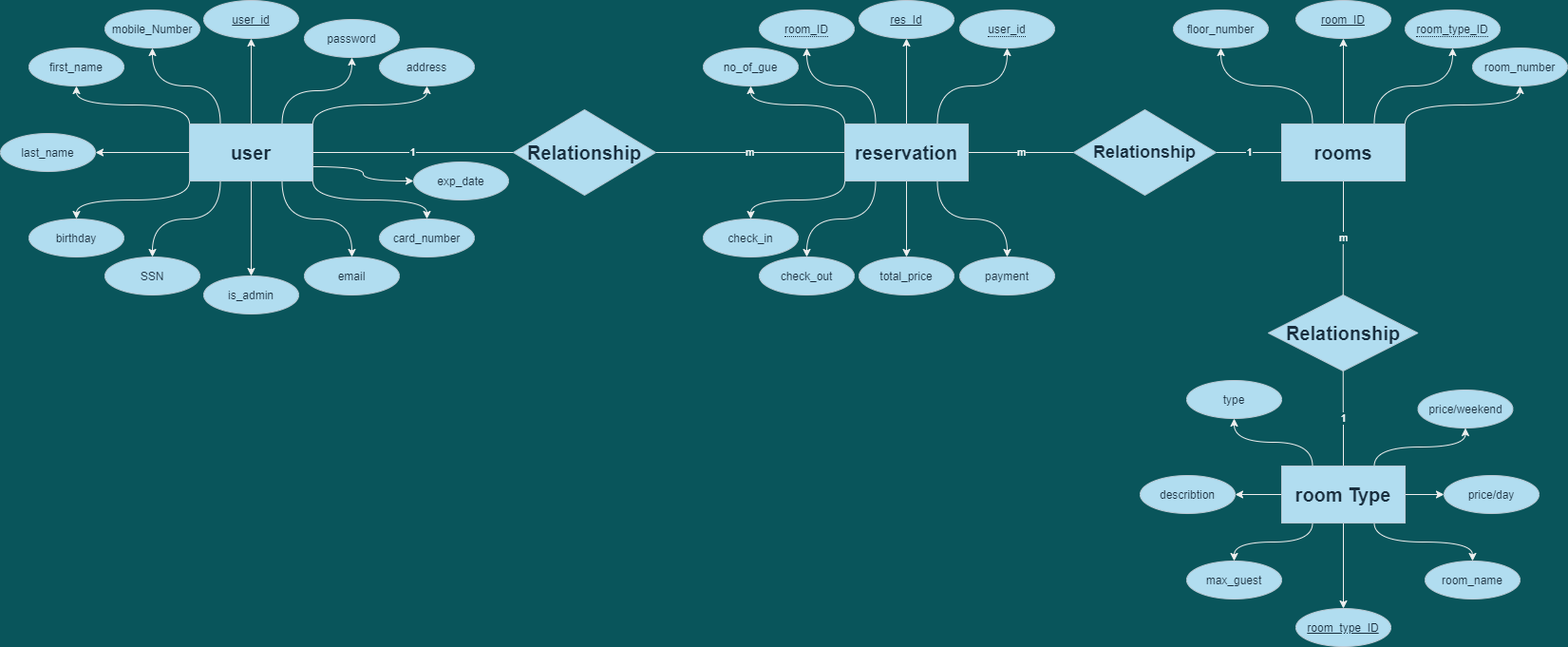
The draw.io diagram Untitled Diagram.png in OmarMagdy2k/hotel, before a commit. Source tidied: cells renumbered, new cells last; positions are measured from the earlier drawing's top-left corner, leaving out a move shared by most shapes.
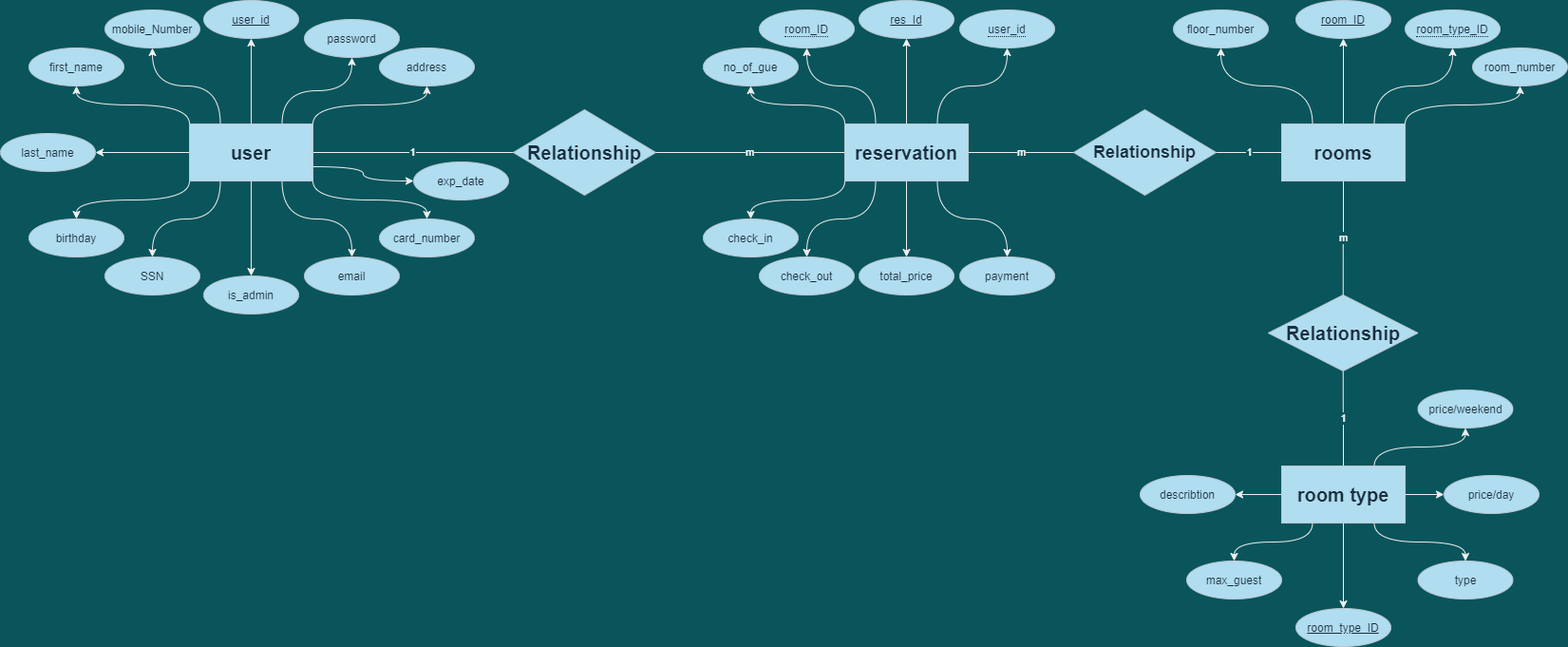
The same diagram one commit later.

The edit, as a diff of the source:
```diff
@@ -77,22 +77,19 @@
     <mxCell id="26" style="edgeStyle=orthogonalEdgeStyle;jettySize=auto;html=1;exitX=0.25;exitY=1;exitDx=0;exitDy=0;entryX=0.5;entryY=0;entryDx=0;entryDy=0;strokeColor=#EEEEEE;fontColor=#FFFFFF;labelBackgroundColor=#09555B;curved=1;" parent="1" edge="1" source="32" target="61">
       <mxGeometry relative="1" as="geometry" />
     </mxCell>
-    <mxCell id="27" style="edgeStyle=orthogonalEdgeStyle;jettySize=auto;html=1;exitX=0.75;exitY=1;exitDx=0;exitDy=0;entryX=0.5;entryY=0;entryDx=0;entryDy=0;strokeColor=#EEEEEE;fontColor=#FFFFFF;labelBackgroundColor=#09555B;curved=1;" parent="1" edge="1" source="32" target="60">
-      <mxGeometry relative="1" as="geometry" />
-    </mxCell>
     <mxCell id="28" style="edgeStyle=orthogonalEdgeStyle;jettySize=auto;html=1;exitX=1;exitY=0.5;exitDx=0;exitDy=0;entryX=0;entryY=0.5;entryDx=0;entryDy=0;strokeColor=#EEEEEE;fontColor=#FFFFFF;labelBackgroundColor=#09555B;curved=1;" parent="1" edge="1" source="32" target="63">
       <mxGeometry relative="1" as="geometry" />
     </mxCell>
     <mxCell id="29" style="edgeStyle=orthogonalEdgeStyle;jettySize=auto;html=1;exitX=0;exitY=0.5;exitDx=0;exitDy=0;entryX=1;entryY=0.5;entryDx=0;entryDy=0;strokeColor=#EEEEEE;fontColor=#FFFFFF;labelBackgroundColor=#09555B;curved=1;" parent="1" edge="1" source="32" target="62">
       <mxGeometry relative="1" as="geometry" />
     </mxCell>
-    <mxCell id="30" style="edgeStyle=orthogonalEdgeStyle;jettySize=auto;html=1;exitX=0.25;exitY=0;exitDx=0;exitDy=0;entryX=0.5;entryY=1;entryDx=0;entryDy=0;strokeColor=#EEEEEE;fontColor=#FFFFFF;labelBackgroundColor=#09555B;curved=1;" parent="1" edge="1" source="32" target="76">
+    <mxCell id="30" style="edgeStyle=orthogonalEdgeStyle;jettySize=auto;html=1;exitX=0.75;exitY=1;exitDx=0;exitDy=0;entryX=0.5;entryY=0;entryDx=0;entryDy=0;strokeColor=#EEEEEE;fontColor=#FFFFFF;labelBackgroundColor=#09555B;curved=1;" parent="1" edge="1" source="32" target="76">
       <mxGeometry relative="1" as="geometry" />
     </mxCell>
     <mxCell id="31" style="edgeStyle=orthogonalEdgeStyle;jettySize=auto;html=1;exitX=0.75;exitY=0;exitDx=0;exitDy=0;strokeColor=#EEEEEE;fontColor=#FFFFFF;labelBackgroundColor=#09555B;curved=1;" parent="1" edge="1" source="32" target="75">
       <mxGeometry relative="1" as="geometry" />
     </mxCell>
-    <mxCell id="32" value="room Type" style="whiteSpace=wrap;html=1;align=center;strokeColor=#BAC8D3;fillColor=#B1DDF0;fontColor=#182E3E;fontSize=20;fontStyle=1;" parent="1" vertex="1">
+    <mxCell id="32" value="room type" style="whiteSpace=wrap;html=1;align=center;strokeColor=#BAC8D3;fillColor=#B1DDF0;fontColor=#182E3E;fontSize=20;fontStyle=1;" parent="1" vertex="1">
       <mxGeometry x="1349" y="490" width="130" height="60" as="geometry" />
     </mxCell>
     <mxCell id="33" style="edgeStyle=orthogonalEdgeStyle;jettySize=auto;html=1;exitX=0.75;exitY=0;exitDx=0;exitDy=0;entryX=0.5;entryY=1;entryDx=0;entryDy=0;strokeColor=#EEEEEE;fontColor=#FFFFFF;labelBackgroundColor=#09555B;curved=1;" parent="1" edge="1" source="45" target="64">
@@ -176,9 +173,6 @@
     <mxCell id="59" value="room_number" style="ellipse;whiteSpace=wrap;html=1;align=center;strokeColor=#BAC8D3;fillColor=#B1DDF0;fontColor=#182E3E;" parent="1" vertex="1">
       <mxGeometry x="1550" y="50" width="100" height="40" as="geometry" />
     </mxCell>
-    <mxCell id="60" value="room_name" style="ellipse;whiteSpace=wrap;html=1;align=center;strokeColor=#BAC8D3;fillColor=#B1DDF0;fontColor=#182E3E;" parent="1" vertex="1">
-      <mxGeometry x="1500" y="590" width="100" height="40" as="geometry" />
-    </mxCell>
     <mxCell id="61" value="max_guest" style="ellipse;whiteSpace=wrap;html=1;align=center;strokeColor=#BAC8D3;fillColor=#B1DDF0;fontColor=#182E3E;" parent="1" vertex="1">
       <mxGeometry x="1249" y="590" width="100" height="40" as="geometry" />
     </mxCell>
@@ -225,7 +219,7 @@
       <mxGeometry x="1492.5" y="410" width="100" height="40" as="geometry" />
     </mxCell>
     <mxCell id="76" value="type" style="ellipse;whiteSpace=wrap;html=1;align=center;strokeColor=#BAC8D3;fillColor=#B1DDF0;fontColor=#182E3E;" parent="1" vertex="1">
-      <mxGeometry x="1249" y="400" width="100" height="40" as="geometry" />
+      <mxGeometry x="1492.5" y="590" width="100" height="40" as="geometry" />
     </mxCell>
   </root>
 </mxGraphModel>
```
